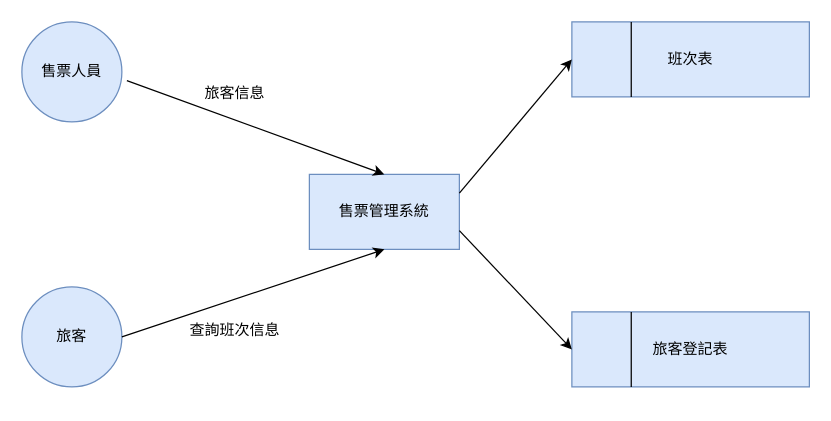
Before: 系統數據流程圖.drawio in 0senyu0/final-report, a draw.io diagram. Source tidied: cells renumbered, new cells numbered last; positions are measured from the earlier drawing's top-left corner, leaving out a move shared by most shapes. Both pictures are drawn from the tidied source at 125%, with x=0, y=0 at pixel (21, 21).
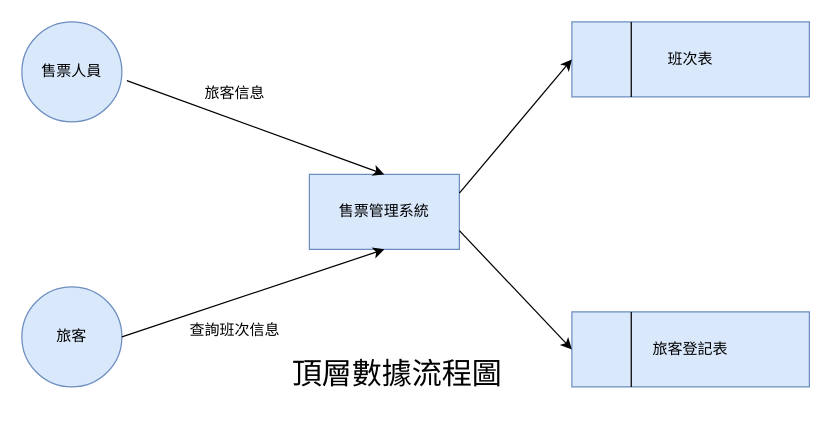
The same diagram, later.

Commit message (it also covers changes not shown here):
更新系統數據流程圖.drawio

What changed in the source:
```diff
@@
 <mxGraphModel>
   <root>
     <mxCell id="0" />
     <mxCell id="1" parent="0" />
     <mxCell id="2" value="售票人員" style="ellipse;whiteSpace=wrap;html=1;fillColor=#dae8fc;strokeColor=#6c8ebf;" parent="1" vertex="1">
       <mxGeometry width="80" height="80" as="geometry" />
     </mxCell>
     <mxCell id="3" value="旅客" style="ellipse;whiteSpace=wrap;html=1;fillColor=#dae8fc;strokeColor=#6c8ebf;" parent="1" vertex="1">
       <mxGeometry y="212" width="80" height="80" as="geometry" />
     </mxCell>
     <mxCell id="4" value="售票管理系統" style="rounded=0;whiteSpace=wrap;html=1;fillColor=#dae8fc;strokeColor=#6c8ebf;" parent="1" vertex="1">
       <mxGeometry x="230" y="122" width="120" height="60" as="geometry" />
     </mxCell>
     <mxCell id="5" value="班次表" style="rounded=0;whiteSpace=wrap;html=1;fillColor=#dae8fc;strokeColor=#6c8ebf;" parent="1" vertex="1">
       <mxGeometry x="440" width="190" height="60" as="geometry" />
     </mxCell>
     <mxCell id="6" style="endArrow=none;html=1;rounded=0;entryX=0.25;entryY=0;entryDx=0;entryDy=0;exitX=0.25;exitY=1;exitDx=0;exitDy=0;" parent="1" edge="1" source="5" target="5">
       <mxGeometry relative="1" as="geometry" />
     </mxCell>
     <mxCell id="7" value="旅客登記表" style="rounded=0;whiteSpace=wrap;html=1;fillColor=#dae8fc;strokeColor=#6c8ebf;" parent="1" vertex="1">
       <mxGeometry x="440" y="232" width="190" height="60" as="geometry" />
     </mxCell>
     <mxCell id="8" style="endArrow=none;html=1;rounded=0;exitX=0.25;exitY=1;exitDx=0;exitDy=0;entryX=0.25;entryY=0;entryDx=0;entryDy=0;" parent="1" edge="1" source="7" target="7">
       <mxGeometry relative="1" as="geometry" />
     </mxCell>
     <mxCell id="9" style="endArrow=classic;html=1;rounded=0;exitX=1.05;exitY=0.588;exitDx=0;exitDy=0;exitPerimeter=0;entryX=0.5;entryY=0;entryDx=0;entryDy=0;" parent="1" edge="1" source="2" target="4">
       <mxGeometry relative="1" as="geometry" />
     </mxCell>
     <mxCell id="10" style="endArrow=classic;html=1;rounded=0;exitX=1;exitY=0.5;exitDx=0;exitDy=0;entryX=0.5;entryY=1;entryDx=0;entryDy=0;" parent="1" edge="1" source="3" target="4">
       <mxGeometry relative="1" as="geometry" />
     </mxCell>
     <mxCell id="11" value="旅客信息" style="text;html=1;align=center;verticalAlign=middle;strokeColor=none;fillColor=none;" parent="1" vertex="1">
       <mxGeometry x="135" y="42" width="70" height="30" as="geometry" />
     </mxCell>
     <mxCell id="12" value="查詢班次信息" style="text;html=1;align=center;verticalAlign=middle;strokeColor=none;fillColor=none;" parent="1" vertex="1">
       <mxGeometry x="120" y="232" width="100" height="30" as="geometry" />
     </mxCell>
     <mxCell id="13" style="endArrow=classic;html=1;rounded=0;entryX=0;entryY=0.5;entryDx=0;entryDy=0;exitX=1;exitY=0.25;exitDx=0;exitDy=0;" parent="1" edge="1" source="4" target="5">
       <mxGeometry relative="1" as="geometry" />
     </mxCell>
     <mxCell id="14" style="endArrow=classic;html=1;rounded=0;exitX=1;exitY=0.75;exitDx=0;exitDy=0;entryX=0;entryY=0.5;entryDx=0;entryDy=0;" parent="1" edge="1" source="4" target="7">
       <mxGeometry relative="1" as="geometry" />
     </mxCell>
+    <mxCell id="15" value="&lt;font style=&quot;font-size: 24px;&quot;&gt;頂層數據流程圖&lt;/font&gt;" style="text;html=1;align=center;verticalAlign=middle;strokeColor=none;fillColor=none;" parent="1" vertex="1">
+      <mxGeometry x="205" y="262" width="190" height="40" as="geometry" />
+    </mxCell>
   </root>
 </mxGraphModel>
```
